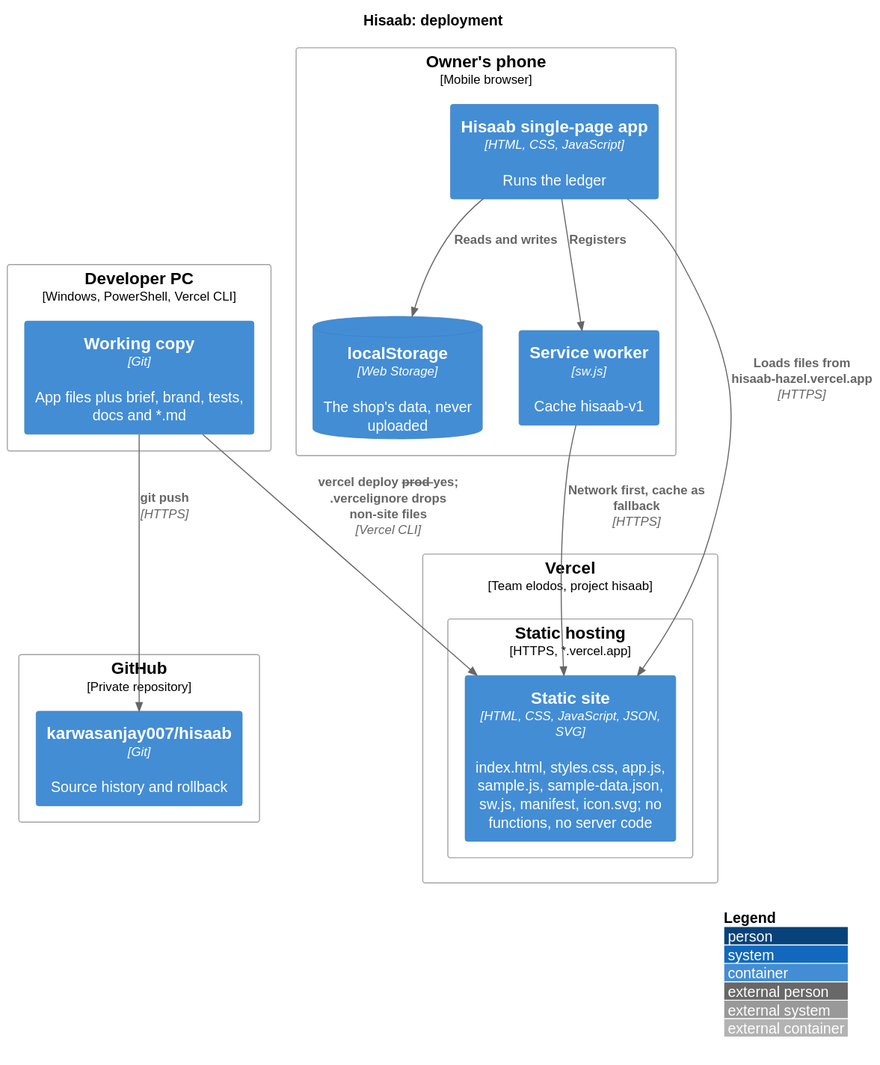
The PlantUML diagram docs/diagrams/deployment.svg in karwasanjay007/hisaab-docs, before a commit.
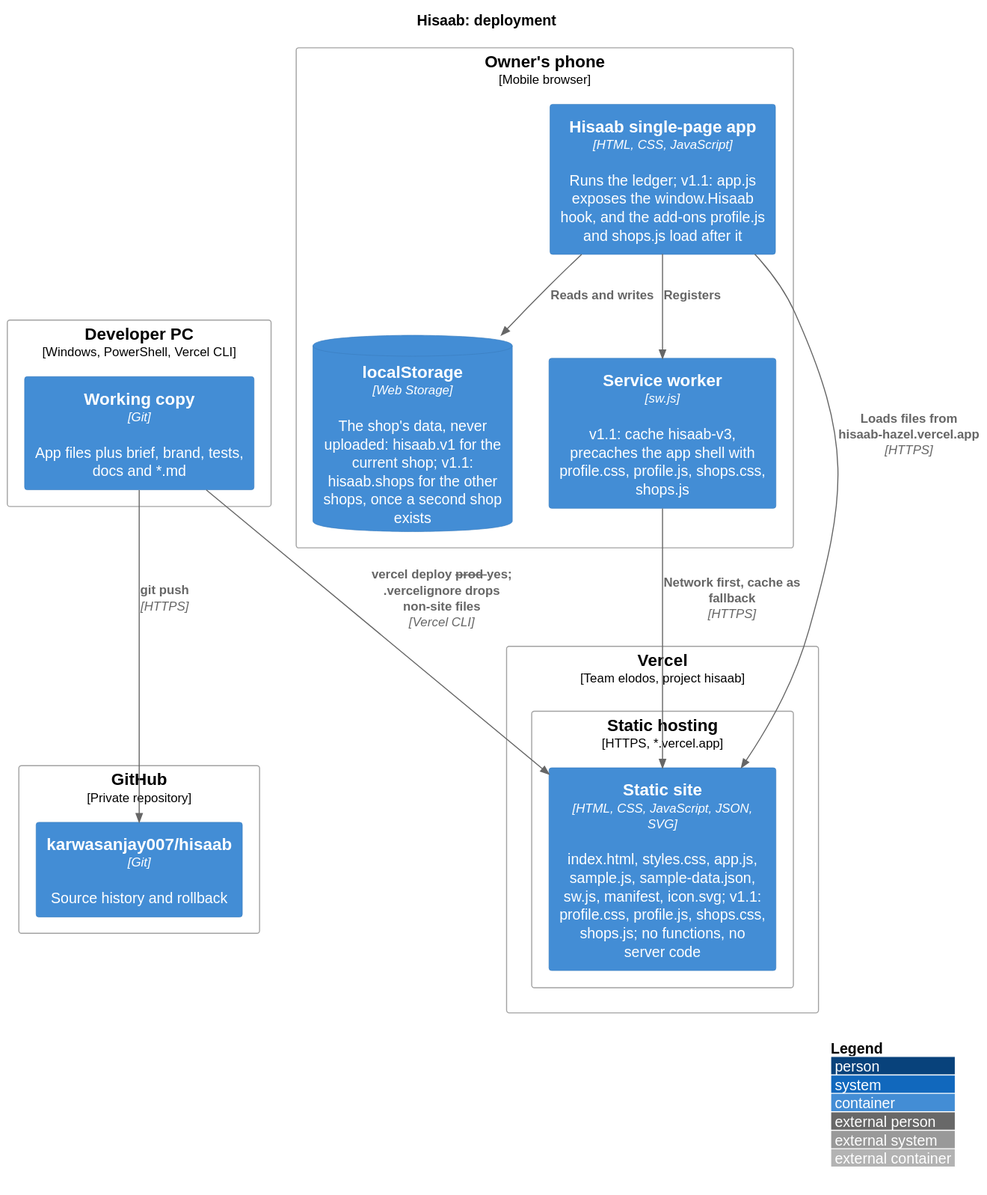
Above is the later version.

Commit message:
Diagrams for version 1.1.0.0: container, component and deployment show the add-ons, the hook and the second storage key

The edit, as a diff of the source:
```diff
@@ -10,13 +10,13 @@
 }
 Deployment_Node(vc, "Vercel", "Team elodos, project hisaab") {
   Deployment_Node(edge, "Static hosting", "HTTPS, *.vercel.app") {
-    Container(site, "Static site", "HTML, CSS, JavaScript, JSON, SVG", "index.html, styles.css, app.js, sample.js, sample-data.json, sw.js, manifest, icon.svg; no functions, no server code")
+    Container(site, "Static site", "HTML, CSS, JavaScript, JSON, SVG", "index.html, styles.css, app.js, sample.js, sample-data.json, sw.js, manifest, icon.svg; v1.1: profile.css, profile.js, shops.css, shops.js; no functions, no server code")
   }
 }
 Deployment_Node(phone, "Owner's phone", "Mobile browser") {
-  Container(app, "Hisaab single-page app", "HTML, CSS, JavaScript", "Runs the ledger")
-  ContainerDb(store, "localStorage", "Web Storage", "The shop's data, never uploaded")
-  Container(swk, "Service worker", "sw.js", "Cache hisaab-v1")
+  Container(app, "Hisaab single-page app", "HTML, CSS, JavaScript", "Runs the ledger; v1.1: app.js exposes the window.Hisaab hook, and the add-ons profile.js and shops.js load after it")
+  ContainerDb(store, "localStorage", "Web Storage", "The shop's data, never uploaded: hisaab.v1 for the current shop; v1.1: hisaab.shops for the other shops, once a second shop exists")
+  Container(swk, "Service worker", "sw.js", "v1.1: cache hisaab-v3, precaches the app shell with profile.css, profile.js, shops.css, shops.js")
 }
 
 Rel(src, repo, "git push", "HTTPS")
```
